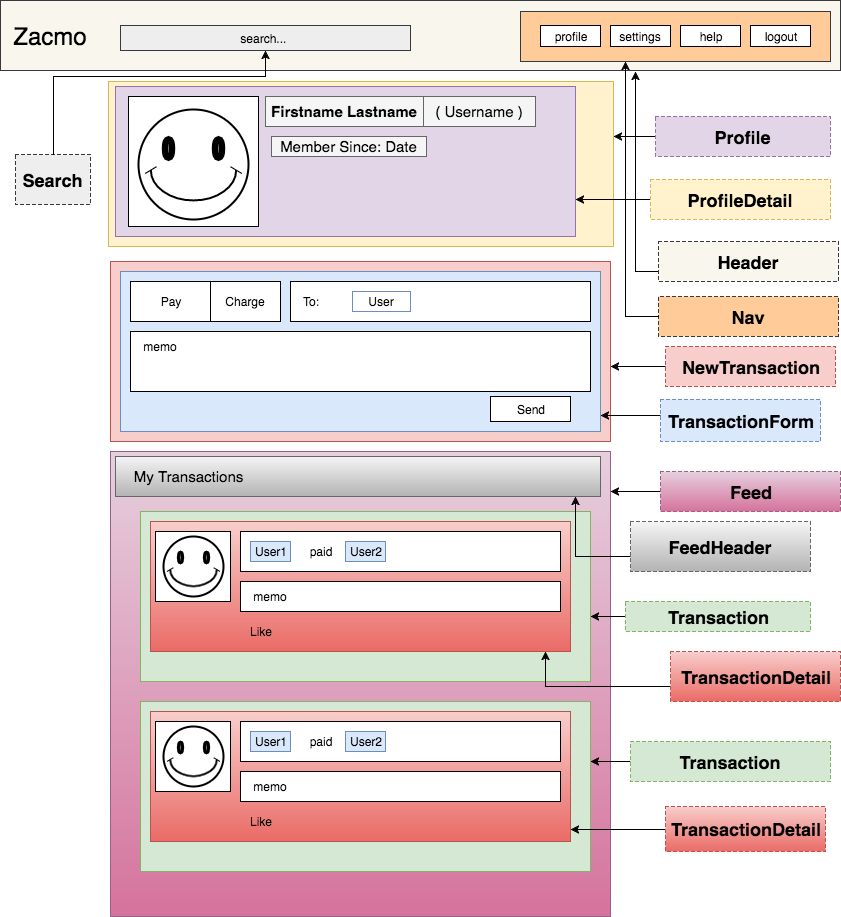
The draw.io diagram docs/wireframes/profile.png in zlw241/Zacmo, before a commit. Source tidied: cells renumbered, new cells last; positions are measured from the earlier drawing's top-left corner, leaving out a move shared by most shapes.
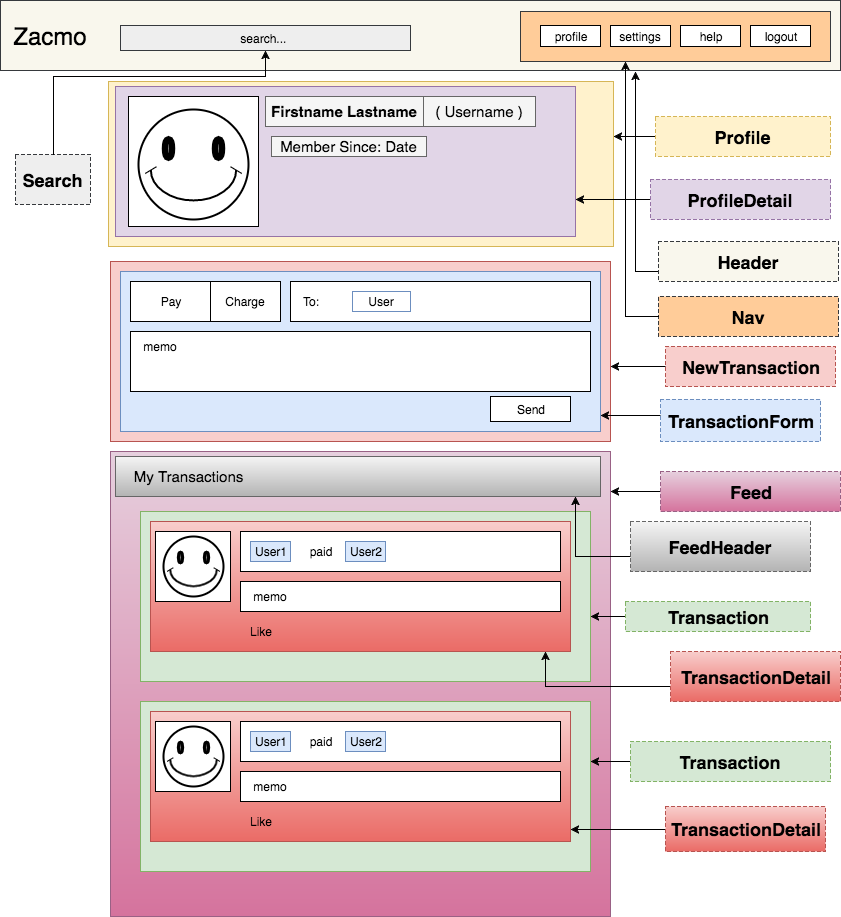
The same diagram one commit later.

Commit message:
update profile and sidebar

Diff of the diagram source:
```diff
@@ -260,13 +260,13 @@
     <mxCell id="71" style="edgeStyle=orthogonalEdgeStyle;rounded=0;html=1;exitX=0;exitY=0.5;entryX=1;entryY=0.333;entryPerimeter=0;jettySize=auto;fontSize=15;" parent="1" edge="1" source="72" target="64">
       <mxGeometry relative="1" as="geometry" />
     </mxCell>
-    <mxCell id="72" value="&lt;h2&gt;Profile&lt;/h2&gt;" style="text;html=1;strokeColor=#9673a6;fillColor=#e1d5e7;align=center;verticalAlign=middle;whiteSpace=wrap;dashed=1;" parent="1" vertex="1">
+    <mxCell id="72" value="&lt;h2&gt;Profile&lt;/h2&gt;" style="text;html=1;strokeColor=#d6b656;fillColor=#fff2cc;align=center;verticalAlign=middle;whiteSpace=wrap;dashed=1;" parent="1" vertex="1">
       <mxGeometry x="655" y="116" width="175" height="40" as="geometry" />
     </mxCell>
     <mxCell id="73" style="edgeStyle=orthogonalEdgeStyle;rounded=0;html=1;exitX=0;exitY=0.5;entryX=1;entryY=0.75;jettySize=auto;fontSize=15;" parent="1" edge="1" source="74" target="65">
       <mxGeometry relative="1" as="geometry" />
     </mxCell>
-    <mxCell id="74" value="&lt;h2&gt;ProfileDetail&lt;/h2&gt;" style="text;html=1;strokeColor=#d6b656;fillColor=#fff2cc;align=center;verticalAlign=middle;whiteSpace=wrap;dashed=1;" parent="1" vertex="1">
+    <mxCell id="74" value="&lt;h2&gt;ProfileDetail&lt;/h2&gt;" style="text;html=1;strokeColor=#9673a6;fillColor=#e1d5e7;align=center;verticalAlign=middle;whiteSpace=wrap;dashed=1;" parent="1" vertex="1">
       <mxGeometry x="650" y="179" width="180" height="40" as="geometry" />
     </mxCell>
     <mxCell id="75" style="edgeStyle=orthogonalEdgeStyle;rounded=0;html=1;exitX=1;exitY=0.5;jettySize=auto;fontSize=15;" parent="1" edge="1" source="53">
```
